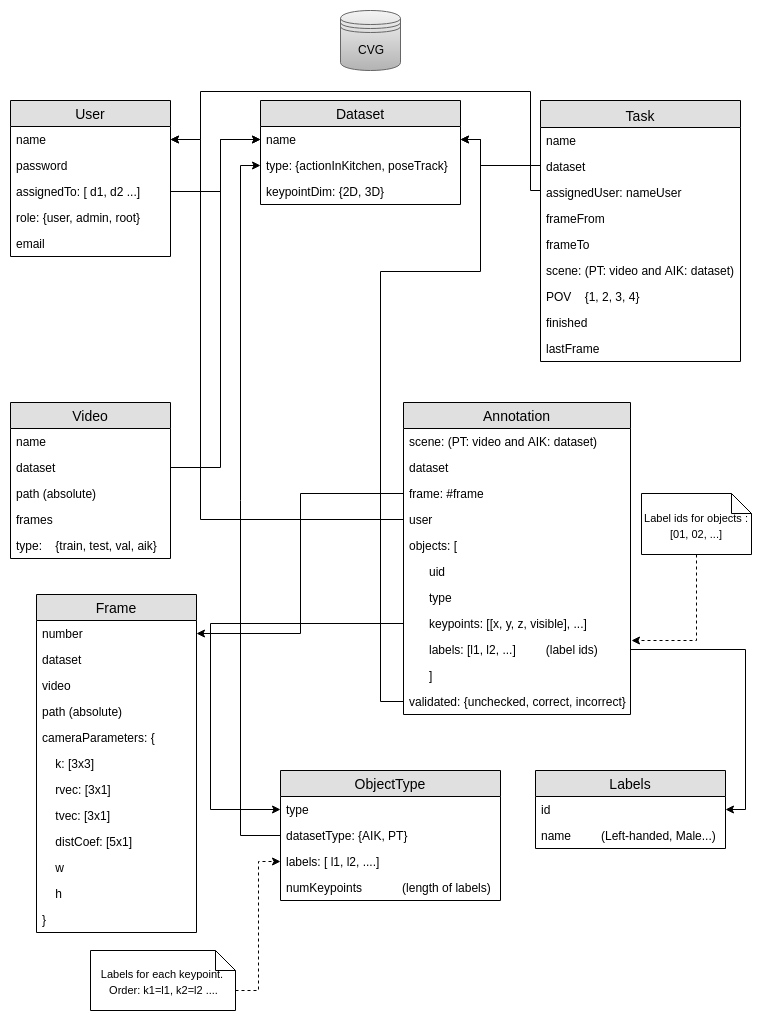
Before: images/CVG_BBDD.png, a diagram exported from draw.io (bonn-activity-maps/bam_annotation_tool). Source tidied: cells renumbered, new cells last; positions are measured from the earlier drawing's top-left corner, leaving out a move shared by most shapes.
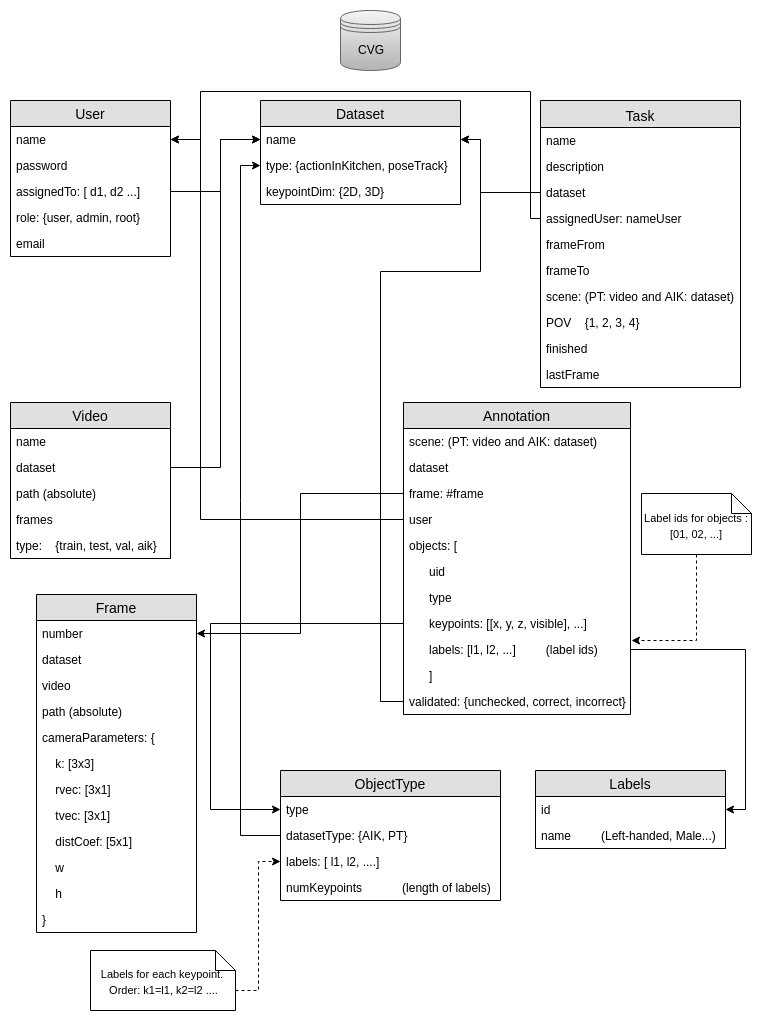
Later version of the same file.

What changed in the source:
```diff
@@ -104,40 +104,42 @@
       <mxGeometry y="52" width="190" height="26" as="geometry" />
     </mxCell>
     <mxCell id="34" value="Task&#10;" style="swimlane;fontStyle=0;horizontal=1;startSize=27;fillColor=#e0e0e0;swimlaneFillColor=#ffffff;align=center;fontSize=14;verticalAlign=top;" parent="1" vertex="1">
-      <mxGeometry x="530" y="90" width="200" height="261" as="geometry" />
+      <mxGeometry x="530" y="90" width="200" height="287" as="geometry" />
     </mxCell>
     <mxCell id="35" value="name" style="text;strokeColor=none;fillColor=none;spacingLeft=4;spacingRight=4;overflow=hidden;fontSize=12;" parent="34" vertex="1">
       <mxGeometry y="27" width="200" height="26" as="geometry" />
     </mxCell>
+    <mxCell id="76" value="description&#10;" style="text;strokeColor=none;fillColor=none;spacingLeft=4;spacingRight=4;overflow=hidden;fontSize=12;" parent="34" vertex="1">
+      <mxGeometry y="53" width="200" height="26" as="geometry" />
+    </mxCell>
     <mxCell id="36" value="dataset&#10;" style="text;strokeColor=none;fillColor=none;spacingLeft=4;spacingRight=4;overflow=hidden;points=[[0,0.5],[1,0.5]];portConstraint=eastwest;fontSize=12;" parent="34" vertex="1">
-      <mxGeometry y="53" width="200" height="26" as="geometry" />
+      <mxGeometry y="79" width="200" height="26" as="geometry" />
     </mxCell>
     <mxCell id="37" value="assignedUser: nameUser" style="text;strokeColor=none;fillColor=none;spacingLeft=4;spacingRight=4;overflow=hidden;points=[[0,0.5],[1,0.5]];portConstraint=eastwest;fontSize=12;" parent="34" vertex="1">
-      <mxGeometry y="79" width="200" height="26" as="geometry" />
+      <mxGeometry y="105" width="200" height="26" as="geometry" />
     </mxCell>
     <mxCell id="38" value="frameFrom" style="text;strokeColor=none;fillColor=none;spacingLeft=4;spacingRight=4;overflow=hidden;fontSize=12;" parent="34" vertex="1">
-      <mxGeometry y="105" width="200" height="26" as="geometry" />
+      <mxGeometry y="131" width="200" height="26" as="geometry" />
     </mxCell>
     <mxCell id="39" value="frameTo" style="text;strokeColor=none;fillColor=none;spacingLeft=4;spacingRight=4;overflow=hidden;fontSize=12;" parent="34" vertex="1">
-      <mxGeometry y="131" width="200" height="26" as="geometry" />
+      <mxGeometry y="157" width="200" height="26" as="geometry" />
     </mxCell>
     <mxCell id="40" value="scene: (PT: video and AIK: dataset)&#10;" style="text;strokeColor=none;fillColor=none;spacingLeft=4;spacingRight=4;overflow=hidden;fontSize=12;" parent="34" vertex="1">
-      <mxGeometry y="157" width="200" height="26" as="geometry" />
+      <mxGeometry y="183" width="200" height="26" as="geometry" />
     </mxCell>
     <mxCell id="41" value="POV    {1, 2, 3, 4}" style="text;strokeColor=none;fillColor=none;spacingLeft=4;spacingRight=4;overflow=hidden;fontSize=12;" parent="34" vertex="1">
-      <mxGeometry y="183" width="200" height="26" as="geometry" />
+      <mxGeometry y="209" width="200" height="26" as="geometry" />
     </mxCell>
     <mxCell id="42" value="finished&#10;" style="text;strokeColor=none;fillColor=none;spacingLeft=4;spacingRight=4;overflow=hidden;fontSize=12;" parent="34" vertex="1">
-      <mxGeometry y="209" width="200" height="26" as="geometry" />
+      <mxGeometry y="235" width="200" height="26" as="geometry" />
     </mxCell>
     <mxCell id="43" value="lastFrame" style="text;strokeColor=none;fillColor=none;spacingLeft=4;spacingRight=4;overflow=hidden;fontSize=12;" parent="34" vertex="1">
-      <mxGeometry y="235" width="200" height="26" as="geometry" />
+      <mxGeometry y="261" width="200" height="26" as="geometry" />
     </mxCell>
     <mxCell id="44" style="edgeStyle=orthogonalEdgeStyle;rounded=0;jettySize=auto;html=1;exitX=0;exitY=0.5;exitDx=0;exitDy=0;entryX=1;entryY=0.5;entryDx=0;entryDy=0;fontColor=#000000;" parent="1" edge="1" source="37" target="4">
       <mxGeometry relative="1" as="geometry">
         <Array as="points">
-          <mxPoint x="530" y="180" />
-          <mxPoint x="520" y="180" />
+          <mxPoint x="520" y="208" />
           <mxPoint x="520" y="81" />
           <mxPoint x="190" y="81" />
           <mxPoint x="190" y="129" />
@@ -199,7 +201,7 @@
     <mxCell id="58" style="edgeStyle=orthogonalEdgeStyle;rounded=0;jettySize=auto;html=1;exitX=0;exitY=0.5;exitDx=0;exitDy=0;entryX=1;entryY=0.5;entryDx=0;entryDy=0;" parent="1" edge="1" source="36" target="10">
       <mxGeometry relative="1" as="geometry">
         <Array as="points">
-          <mxPoint x="470" y="155" />
+          <mxPoint x="470" y="182" />
           <mxPoint x="470" y="129" />
         </Array>
       </mxGeometry>
```
